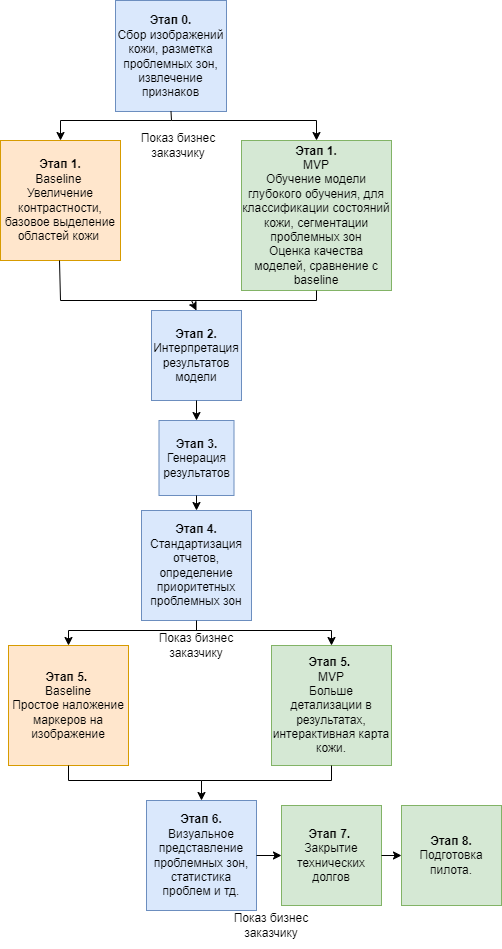
Earlier version of the draw.io export docs/block-schema.png (ONEPANTSU/skin-care-ai). Source tidied: cells renumbered, new cells last; positions are measured from the earlier drawing's top-left corner, leaving out a move shared by most shapes. The source it was exported from:
```xml
<mxGraphModel>
  <root>
    <mxCell id="0" />
    <mxCell id="1" parent="0" />
    <mxCell id="2" value="&lt;b&gt;Этап 0.&lt;/b&gt;&lt;div&gt;Сбор изображений кожи, разметка проблемных зон, извлечение признаков&lt;/div&gt;" style="whiteSpace=wrap;html=1;fillColor=#dae8fc;strokeColor=#6c8ebf;" parent="1" vertex="1">
      <mxGeometry x="115" width="111" height="111" as="geometry" />
    </mxCell>
    <mxCell id="3" value="&lt;b&gt;Этап 1.&lt;/b&gt;&lt;div&gt;MVP&lt;br&gt;&lt;div&gt;Обучение модели глубокого обучения, для классификации состояний кожи, сегментации проблемных зон&lt;/div&gt;&lt;div&gt;Оценка качества моделей, сравнение с baseline&lt;/div&gt;&lt;/div&gt;" style="whiteSpace=wrap;html=1;fillColor=#d5e8d4;strokeColor=#82b366;" parent="1" vertex="1">
      <mxGeometry x="241" y="140" width="150" height="150" as="geometry" />
    </mxCell>
    <mxCell id="4" value="&lt;b&gt;Этап 1.&lt;/b&gt;&lt;div&gt;Baseline&amp;nbsp;&lt;/div&gt;&lt;div&gt;Увеличение контрастности, базовое выделение областей кожи&amp;nbsp;&lt;/div&gt;" style="whiteSpace=wrap;html=1;fillColor=#ffe6cc;strokeColor=#d79b00;" parent="1" vertex="1">
      <mxGeometry y="140" width="120" height="120" as="geometry" />
    </mxCell>
    <mxCell id="5" style="endArrow=classic;html=1;rounded=0;exitX=0.5;exitY=1;exitDx=0;exitDy=0;entryX=0.5;entryY=0;entryDx=0;entryDy=0;" parent="1" edge="1" source="2" target="4">
      <mxGeometry relative="1" as="geometry">
        <Array as="points">
          <mxPoint x="171" y="120" />
          <mxPoint x="60" y="120" />
        </Array>
      </mxGeometry>
    </mxCell>
    <mxCell id="6" style="endArrow=classic;html=1;rounded=0;entryX=0.5;entryY=0;entryDx=0;entryDy=0;" parent="1" edge="1" target="3">
      <mxGeometry relative="1" as="geometry">
        <mxPoint x="171" y="120" as="sourcePoint" />
        <Array as="points">
          <mxPoint x="316" y="120" />
        </Array>
      </mxGeometry>
    </mxCell>
    <mxCell id="7" value="Показ бизнес заказчику" style="text;html=1;align=center;verticalAlign=middle;whiteSpace=wrap;rounded=0;" parent="1" vertex="1">
      <mxGeometry x="128" y="130" width="100" height="30" as="geometry" />
    </mxCell>
    <mxCell id="8" value="&lt;b&gt;Этап 2.&lt;/b&gt;&lt;div&gt;Интерпретация результатов модели&lt;/div&gt;" style="whiteSpace=wrap;html=1;fillColor=#dae8fc;strokeColor=#6c8ebf;" parent="1" vertex="1">
      <mxGeometry x="151" y="310" width="90" height="90" as="geometry" />
    </mxCell>
    <mxCell id="9" style="endArrow=classic;html=1;rounded=0;exitX=0.5;exitY=1;exitDx=0;exitDy=0;entryX=0.5;entryY=0;entryDx=0;entryDy=0;" parent="1" edge="1" target="8">
      <mxGeometry relative="1" as="geometry">
        <mxPoint x="59" y="260" as="sourcePoint" />
        <Array as="points">
          <mxPoint x="60" y="300" />
          <mxPoint x="191" y="300" />
        </Array>
      </mxGeometry>
    </mxCell>
    <mxCell id="10" style="endArrow=none;html=1;rounded=0;entryX=0.5;entryY=1;entryDx=0;entryDy=0;" parent="1" edge="1" target="3">
      <mxGeometry relative="1" as="geometry">
        <mxPoint x="191" y="300" as="sourcePoint" />
        <Array as="points">
          <mxPoint x="316" y="300" />
        </Array>
      </mxGeometry>
    </mxCell>
    <mxCell id="11" value="&lt;b&gt;Этап 3.&lt;/b&gt;&lt;div&gt;Генерация результатов&lt;/div&gt;" style="whiteSpace=wrap;html=1;fillColor=#dae8fc;strokeColor=#6c8ebf;" parent="1" vertex="1">
      <mxGeometry x="158.5" y="420" width="75" height="75" as="geometry" />
    </mxCell>
    <mxCell id="12" value="&lt;b&gt;Этап 4.&lt;/b&gt;&lt;div&gt;Стандартизация отчетов, определение приоритетных проблемных зон&lt;/div&gt;" style="whiteSpace=wrap;html=1;fillColor=#dae8fc;strokeColor=#6c8ebf;" parent="1" vertex="1">
      <mxGeometry x="141" y="510" width="110" height="110" as="geometry" />
    </mxCell>
    <mxCell id="13" value="&lt;b&gt;Этап 5.&lt;/b&gt;&amp;nbsp;&lt;div&gt;Baseline&lt;/div&gt;&lt;div&gt;Простое наложение маркеров на изображение&lt;/div&gt;" style="whiteSpace=wrap;html=1;fillColor=#ffe6cc;strokeColor=#d79b00;" parent="1" vertex="1">
      <mxGeometry x="8" y="645" width="120" height="120" as="geometry" />
    </mxCell>
    <mxCell id="14" value="&lt;b&gt;Этап 5.&amp;nbsp;&lt;/b&gt;&lt;div&gt;MVP&lt;/div&gt;&lt;div&gt;&lt;span style=&quot;background-color: initial;&quot;&gt;Больше детализации в результатах, интерактивная карта кожи.&lt;/span&gt;&lt;br&gt;&lt;/div&gt;" style="whiteSpace=wrap;html=1;fillColor=#d5e8d4;strokeColor=#82b366;" parent="1" vertex="1">
      <mxGeometry x="271" y="645" width="120" height="120" as="geometry" />
    </mxCell>
    <mxCell id="15" style="endArrow=classic;html=1;rounded=0;exitX=0.5;exitY=1;exitDx=0;exitDy=0;entryX=0.5;entryY=0;entryDx=0;entryDy=0;" parent="1" edge="1" source="8" target="11">
      <mxGeometry relative="1" as="geometry" />
    </mxCell>
    <mxCell id="16" style="endArrow=classic;html=1;rounded=0;exitX=0.5;exitY=1;exitDx=0;exitDy=0;entryX=0.5;entryY=0;entryDx=0;entryDy=0;" parent="1" edge="1" source="11" target="12">
      <mxGeometry relative="1" as="geometry" />
    </mxCell>
    <mxCell id="17" style="endArrow=classic;html=1;rounded=0;entryX=0.5;entryY=0;entryDx=0;entryDy=0;exitX=0.5;exitY=1;exitDx=0;exitDy=0;" parent="1" edge="1" source="12" target="13">
      <mxGeometry relative="1" as="geometry">
        <Array as="points">
          <mxPoint x="196" y="630" />
          <mxPoint x="68" y="630" />
        </Array>
      </mxGeometry>
    </mxCell>
    <mxCell id="18" style="endArrow=classic;html=1;rounded=0;entryX=0.5;entryY=0;entryDx=0;entryDy=0;" parent="1" edge="1" target="14">
      <mxGeometry relative="1" as="geometry">
        <mxPoint x="191" y="630" as="sourcePoint" />
        <Array as="points">
          <mxPoint x="331" y="630" />
        </Array>
      </mxGeometry>
    </mxCell>
    <mxCell id="19" value="&lt;b&gt;Этап 6.&lt;/b&gt;&lt;div&gt;&lt;div&gt;&lt;span style=&quot;background-color: initial;&quot;&gt;Визуальное представление проблемных зон, статистика проблем и тд.&lt;/span&gt;&lt;/div&gt;&lt;/div&gt;" style="whiteSpace=wrap;html=1;fillColor=#dae8fc;strokeColor=#6c8ebf;" parent="1" vertex="1">
      <mxGeometry x="146" y="800" width="110" height="110" as="geometry" />
    </mxCell>
    <mxCell id="20" value="&lt;b&gt;Этап 7.&amp;nbsp;&lt;/b&gt;&lt;div&gt;Закрытие технических долгов&lt;/div&gt;" style="whiteSpace=wrap;html=1;fillColor=#d5e8d4;strokeColor=#82b366;" parent="1" vertex="1">
      <mxGeometry x="281" y="805" width="100" height="100" as="geometry" />
    </mxCell>
    <mxCell id="21" value="&lt;b&gt;Этап 8.&lt;/b&gt;&lt;div&gt;Подготовка пилота.&lt;/div&gt;" style="whiteSpace=wrap;html=1;fillColor=#d5e8d4;strokeColor=#82b366;" parent="1" vertex="1">
      <mxGeometry x="401" y="805" width="100" height="100" as="geometry" />
    </mxCell>
    <mxCell id="22" style="endArrow=classic;html=1;rounded=0;exitX=0.5;exitY=1;exitDx=0;exitDy=0;entryX=0.5;entryY=0;entryDx=0;entryDy=0;" parent="1" edge="1" source="13" target="19">
      <mxGeometry relative="1" as="geometry">
        <Array as="points">
          <mxPoint x="68" y="780" />
          <mxPoint x="201" y="780" />
        </Array>
      </mxGeometry>
    </mxCell>
    <mxCell id="23" style="endArrow=none;html=1;rounded=0;entryX=0.5;entryY=1;entryDx=0;entryDy=0;" parent="1" edge="1" target="14">
      <mxGeometry relative="1" as="geometry">
        <mxPoint x="201" y="780" as="sourcePoint" />
        <Array as="points">
          <mxPoint x="331" y="780" />
        </Array>
      </mxGeometry>
    </mxCell>
    <mxCell id="24" style="endArrow=classic;html=1;rounded=0;exitX=1;exitY=0.5;exitDx=0;exitDy=0;entryX=0;entryY=0.5;entryDx=0;entryDy=0;" parent="1" edge="1" source="19" target="20">
      <mxGeometry relative="1" as="geometry" />
    </mxCell>
    <mxCell id="25" style="endArrow=classic;html=1;rounded=0;exitX=1;exitY=0.5;exitDx=0;exitDy=0;entryX=0;entryY=0.5;entryDx=0;entryDy=0;" parent="1" edge="1" source="20" target="21">
      <mxGeometry relative="1" as="geometry" />
    </mxCell>
    <mxCell id="26" value="Показ бизнес заказчику" style="text;html=1;align=center;verticalAlign=middle;whiteSpace=wrap;rounded=0;" parent="1" vertex="1">
      <mxGeometry x="221" y="910" width="100" height="30" as="geometry" />
    </mxCell>
    <mxCell id="27" value="Показ бизнес заказчику" style="text;html=1;align=center;verticalAlign=middle;whiteSpace=wrap;rounded=0;" parent="1" vertex="1">
      <mxGeometry x="146" y="630" width="100" height="30" as="geometry" />
    </mxCell>
    <mxCell id="28" style="edgeStyle=orthogonalEdgeStyle;rounded=0;orthogonalLoop=1;jettySize=auto;html=1;exitX=0.5;exitY=1;exitDx=0;exitDy=0;" parent="1" edge="1" source="26" target="26">
      <mxGeometry relative="1" as="geometry" />
    </mxCell>
  </root>
</mxGraphModel>
```
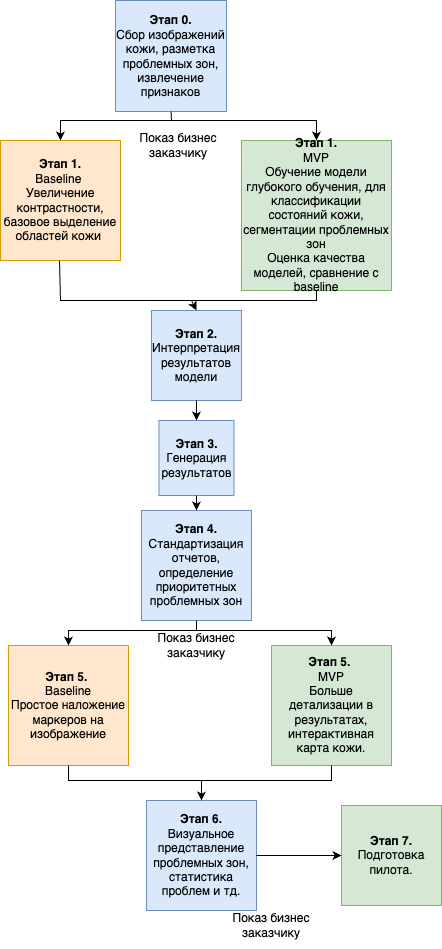
Later version of the same file.

Commit message:
fix: after review

Diff of the diagram source:
```diff
@@ -19,37 +19,37 @@
         </Array>
       </mxGeometry>
     </mxCell>
-    <mxCell id="6" style="endArrow=classic;html=1;rounded=0;entryX=0.5;entryY=0;entryDx=0;entryDy=0;" parent="1" edge="1" target="3">
-      <mxGeometry relative="1" as="geometry">
-        <mxPoint x="171" y="120" as="sourcePoint" />
-        <Array as="points">
-          <mxPoint x="316" y="120" />
-        </Array>
-      </mxGeometry>
-    </mxCell>
+    <mxCell id="29" style="endArrow=classic;html=1;rounded=0;entryX=0.5;entryY=0;entryDx=0;entryDy=0;" parent="1" edge="1" target="3">
+      <mxGeometry relative="1" as="geometry">
+        <mxPoint x="171" y="120" as="sourcePoint" />
+        <Array as="points">
+          <mxPoint x="316" y="120" />
+        </Array>
+      </mxGeometry>
+    </mxCell>
     <mxCell id="7" value="Показ бизнес заказчику" style="text;html=1;align=center;verticalAlign=middle;whiteSpace=wrap;rounded=0;" parent="1" vertex="1">
       <mxGeometry x="128" y="130" width="100" height="30" as="geometry" />
     </mxCell>
     <mxCell id="8" value="&lt;b&gt;Этап 2.&lt;/b&gt;&lt;div&gt;Интерпретация результатов модели&lt;/div&gt;" style="whiteSpace=wrap;html=1;fillColor=#dae8fc;strokeColor=#6c8ebf;" parent="1" vertex="1">
       <mxGeometry x="151" y="310" width="90" height="90" as="geometry" />
     </mxCell>
-    <mxCell id="9" style="endArrow=classic;html=1;rounded=0;exitX=0.5;exitY=1;exitDx=0;exitDy=0;entryX=0.5;entryY=0;entryDx=0;entryDy=0;" parent="1" edge="1" target="8">
-      <mxGeometry relative="1" as="geometry">
-        <mxPoint x="59" y="260" as="sourcePoint" />
-        <Array as="points">
-          <mxPoint x="60" y="300" />
-          <mxPoint x="191" y="300" />
-        </Array>
-      </mxGeometry>
-    </mxCell>
-    <mxCell id="10" style="endArrow=none;html=1;rounded=0;entryX=0.5;entryY=1;entryDx=0;entryDy=0;" parent="1" edge="1" target="3">
-      <mxGeometry relative="1" as="geometry">
-        <mxPoint x="191" y="300" as="sourcePoint" />
-        <Array as="points">
-          <mxPoint x="316" y="300" />
-        </Array>
-      </mxGeometry>
-    </mxCell>
+    <mxCell id="30" style="endArrow=classic;html=1;rounded=0;exitX=0.5;exitY=1;exitDx=0;exitDy=0;entryX=0.5;entryY=0;entryDx=0;entryDy=0;" parent="1" edge="1" target="8">
+      <mxGeometry relative="1" as="geometry">
+        <mxPoint x="59" y="260" as="sourcePoint" />
+        <Array as="points">
+          <mxPoint x="60" y="300" />
+          <mxPoint x="191" y="300" />
+        </Array>
+      </mxGeometry>
+    </mxCell>
+    <mxCell id="31" style="endArrow=none;html=1;rounded=0;entryX=0.5;entryY=1;entryDx=0;entryDy=0;" parent="1" edge="1" target="3">
+      <mxGeometry relative="1" as="geometry">
+        <mxPoint x="191" y="300" as="sourcePoint" />
+        <Array as="points">
+          <mxPoint x="316" y="300" />
+        </Array>
+      </mxGeometry>
+    </mxCell>
     <mxCell id="11" value="&lt;b&gt;Этап 3.&lt;/b&gt;&lt;div&gt;Генерация результатов&lt;/div&gt;" style="whiteSpace=wrap;html=1;fillColor=#dae8fc;strokeColor=#6c8ebf;" parent="1" vertex="1">
       <mxGeometry x="158.5" y="420" width="75" height="75" as="geometry" />
     </mxCell>
@@ -76,23 +76,20 @@
         </Array>
       </mxGeometry>
     </mxCell>
-    <mxCell id="18" style="endArrow=classic;html=1;rounded=0;entryX=0.5;entryY=0;entryDx=0;entryDy=0;" parent="1" edge="1" target="14">
-      <mxGeometry relative="1" as="geometry">
-        <mxPoint x="191" y="630" as="sourcePoint" />
-        <Array as="points">
-          <mxPoint x="331" y="630" />
-        </Array>
-      </mxGeometry>
-    </mxCell>
+    <mxCell id="32" style="endArrow=classic;html=1;rounded=0;entryX=0.5;entryY=0;entryDx=0;entryDy=0;" parent="1" edge="1" target="14">
+      <mxGeometry relative="1" as="geometry">
+        <mxPoint x="191" y="630" as="sourcePoint" />
+        <Array as="points">
+          <mxPoint x="331" y="630" />
+        </Array>
+      </mxGeometry>
+    </mxCell>
     <mxCell id="19" value="&lt;b&gt;Этап 6.&lt;/b&gt;&lt;div&gt;&lt;div&gt;&lt;span style=&quot;background-color: initial;&quot;&gt;Визуальное представление проблемных зон, статистика проблем и тд.&lt;/span&gt;&lt;/div&gt;&lt;/div&gt;" style="whiteSpace=wrap;html=1;fillColor=#dae8fc;strokeColor=#6c8ebf;" parent="1" vertex="1">
       <mxGeometry x="146" y="800" width="110" height="110" as="geometry" />
     </mxCell>
-    <mxCell id="20" value="&lt;b&gt;Этап 7.&amp;nbsp;&lt;/b&gt;&lt;div&gt;Закрытие технических долгов&lt;/div&gt;" style="whiteSpace=wrap;html=1;fillColor=#d5e8d4;strokeColor=#82b366;" parent="1" vertex="1">
-      <mxGeometry x="281" y="805" width="100" height="100" as="geometry" />
-    </mxCell>
-    <mxCell id="21" value="&lt;b&gt;Этап 8.&lt;/b&gt;&lt;div&gt;Подготовка пилота.&lt;/div&gt;" style="whiteSpace=wrap;html=1;fillColor=#d5e8d4;strokeColor=#82b366;" parent="1" vertex="1">
-      <mxGeometry x="401" y="805" width="100" height="100" as="geometry" />
-    </mxCell>
+    <mxCell id="33" value="&lt;b&gt;Этап 7.&lt;/b&gt;&lt;div&gt;Подготовка пилота.&lt;/div&gt;" style="whiteSpace=wrap;html=1;fillColor=#d5e8d4;strokeColor=#82b366;" parent="1" vertex="1">
+      <mxGeometry x="341" y="805" width="100" height="100" as="geometry" />
+    </mxCell>
     <mxCell id="22" style="endArrow=classic;html=1;rounded=0;exitX=0.5;exitY=1;exitDx=0;exitDy=0;entryX=0.5;entryY=0;entryDx=0;entryDy=0;" parent="1" edge="1" source="13" target="19">
       <mxGeometry relative="1" as="geometry">
         <Array as="points">
@@ -101,20 +98,17 @@
         </Array>
       </mxGeometry>
     </mxCell>
-    <mxCell id="23" style="endArrow=none;html=1;rounded=0;entryX=0.5;entryY=1;entryDx=0;entryDy=0;" parent="1" edge="1" target="14">
-      <mxGeometry relative="1" as="geometry">
-        <mxPoint x="201" y="780" as="sourcePoint" />
-        <Array as="points">
-          <mxPoint x="331" y="780" />
-        </Array>
-      </mxGeometry>
-    </mxCell>
-    <mxCell id="24" style="endArrow=classic;html=1;rounded=0;exitX=1;exitY=0.5;exitDx=0;exitDy=0;entryX=0;entryY=0.5;entryDx=0;entryDy=0;" parent="1" edge="1" source="19" target="20">
-      <mxGeometry relative="1" as="geometry" />
-    </mxCell>
-    <mxCell id="25" style="endArrow=classic;html=1;rounded=0;exitX=1;exitY=0.5;exitDx=0;exitDy=0;entryX=0;entryY=0.5;entryDx=0;entryDy=0;" parent="1" edge="1" source="20" target="21">
-      <mxGeometry relative="1" as="geometry" />
-    </mxCell>
+    <mxCell id="34" style="endArrow=none;html=1;rounded=0;entryX=0.5;entryY=1;entryDx=0;entryDy=0;" parent="1" edge="1" target="14">
+      <mxGeometry relative="1" as="geometry">
+        <mxPoint x="201" y="780" as="sourcePoint" />
+        <Array as="points">
+          <mxPoint x="331" y="780" />
+        </Array>
+      </mxGeometry>
+    </mxCell>
+    <mxCell id="35" style="endArrow=classic;html=1;rounded=0;exitX=1;exitY=0.5;exitDx=0;exitDy=0;entryX=0;entryY=0.5;entryDx=0;entryDy=0;" parent="1" edge="1" source="19" target="33">
+      <mxGeometry relative="1" as="geometry" />
+    </mxCell>
     <mxCell id="26" value="Показ бизнес заказчику" style="text;html=1;align=center;verticalAlign=middle;whiteSpace=wrap;rounded=0;" parent="1" vertex="1">
       <mxGeometry x="221" y="910" width="100" height="30" as="geometry" />
     </mxCell>
```
